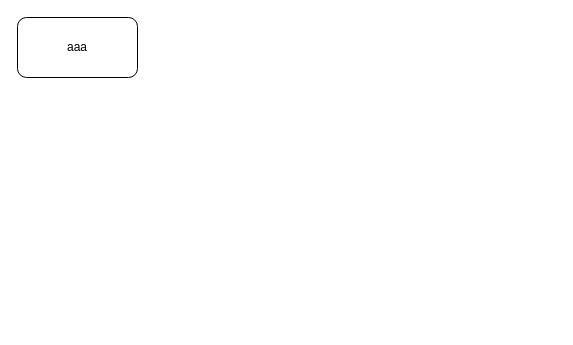
Above: Untitled Diagram.drawio in burakbasaraann/drawing (draw.io), before the change. Source tidied: cells renumbered, new cells numbered last; positions are measured from the earlier drawing's top-left corner, leaving out a move shared by most shapes. Both pictures are drawn from the tidied source at 100%, with x=0, y=0 at pixel (17, 17).
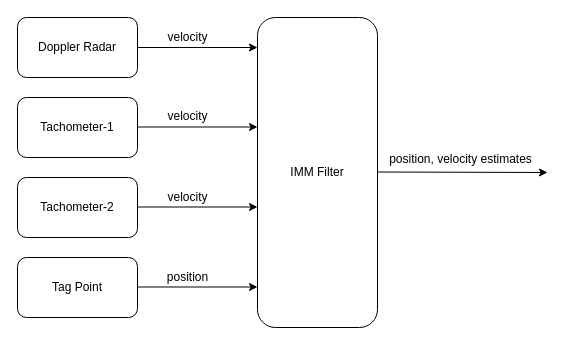
Above is the later version.

Diff of the diagram source:
```diff
@@
-    <mxCell id="2" value="aaa" style="rounded=1;whiteSpace=wrap;html=1;" parent="1" vertex="1">
+    <mxCell id="2" value="Doppler Radar" style="rounded=1;whiteSpace=wrap;html=1;fontFamily=Helvetica;" parent="1" vertex="1">
       <mxGeometry width="120" height="60" as="geometry" />
     </mxCell>
+    <mxCell id="3" value="Tachometer-1" style="rounded=1;whiteSpace=wrap;html=1;" parent="1" vertex="1">
+      <mxGeometry y="80" width="120" height="60" as="geometry" />
+    </mxCell>
+    <mxCell id="4" value="Tachometer-2" style="rounded=1;whiteSpace=wrap;html=1;" parent="1" vertex="1">
+      <mxGeometry y="160" width="120" height="60" as="geometry" />
+    </mxCell>
+    <mxCell id="5" value="Tag Point" style="rounded=1;whiteSpace=wrap;html=1;" parent="1" vertex="1">
+      <mxGeometry y="240" width="120" height="60" as="geometry" />
+    </mxCell>
+    <mxCell id="6" style="endArrow=classic;html=1;exitX=1;exitY=0.5;exitDx=0;exitDy=0;strokeColor=#000000;" parent="1" edge="1" source="2">
+      <mxGeometry relative="1" as="geometry">
+        <mxPoint x="240" y="30" as="targetPoint" />
+      </mxGeometry>
+    </mxCell>
+    <mxCell id="7" value="velocity" style="text;html=1;align=center;verticalAlign=middle;fontFamily=Helvetica;" parent="1" vertex="1">
+      <mxGeometry x="140" y="10" width="60" height="20" as="geometry" />
+    </mxCell>
+    <mxCell id="8" style="endArrow=classic;html=1;exitX=1;exitY=0.5;exitDx=0;exitDy=0;strokeColor=#000000;" parent="1" edge="1">
+      <mxGeometry relative="1" as="geometry">
+        <mxPoint x="120" y="109.5" as="sourcePoint" />
+        <mxPoint x="240" y="109.5" as="targetPoint" />
+      </mxGeometry>
+    </mxCell>
+    <mxCell id="9" value="velocity" style="text;html=1;align=center;verticalAlign=middle;fontFamily=Helvetica;" parent="1" vertex="1">
+      <mxGeometry x="140" y="89" width="60" height="20" as="geometry" />
+    </mxCell>
+    <mxCell id="10" style="endArrow=classic;html=1;exitX=1;exitY=0.5;exitDx=0;exitDy=0;strokeColor=#000000;" parent="1" edge="1">
+      <mxGeometry relative="1" as="geometry">
+        <mxPoint x="120" y="189.5" as="sourcePoint" />
+        <mxPoint x="240" y="189.5" as="targetPoint" />
+      </mxGeometry>
+    </mxCell>
+    <mxCell id="11" value="velocity" style="text;html=1;align=center;verticalAlign=middle;fontFamily=Helvetica;" parent="1" vertex="1">
+      <mxGeometry x="140" y="170" width="60" height="20" as="geometry" />
+    </mxCell>
+    <mxCell id="12" style="endArrow=classic;html=1;exitX=1;exitY=0.5;exitDx=0;exitDy=0;strokeColor=#000000;" parent="1" edge="1">
+      <mxGeometry relative="1" as="geometry">
+        <mxPoint x="120" y="269.5" as="sourcePoint" />
+        <mxPoint x="240" y="269.5" as="targetPoint" />
+      </mxGeometry>
+    </mxCell>
+    <mxCell id="13" value="position" style="text;html=1;align=center;verticalAlign=middle;fontFamily=Helvetica;" parent="1" vertex="1">
+      <mxGeometry x="140" y="250" width="60" height="20" as="geometry" />
+    </mxCell>
+    <mxCell id="14" value="IMM Filter" style="rounded=1;whiteSpace=wrap;html=1;fontFamily=Helvetica;" parent="1" vertex="1">
+      <mxGeometry x="240" width="120" height="310" as="geometry" />
+    </mxCell>
+    <mxCell id="15" style="endArrow=classic;html=1;exitX=1;exitY=0.5;exitDx=0;exitDy=0;strokeColor=#000000;" parent="1" edge="1">
+      <mxGeometry relative="1" as="geometry">
+        <mxPoint x="360" y="154.5" as="sourcePoint" />
+        <mxPoint x="530" y="155" as="targetPoint" />
+      </mxGeometry>
+    </mxCell>
+    <mxCell id="16" value="position, velocity estimates" style="text;html=1;align=center;verticalAlign=middle;fontFamily=Helvetica;" parent="1" vertex="1">
+      <mxGeometry x="363" y="132" width="160" height="20" as="geometry" />
+    </mxCell>
```
